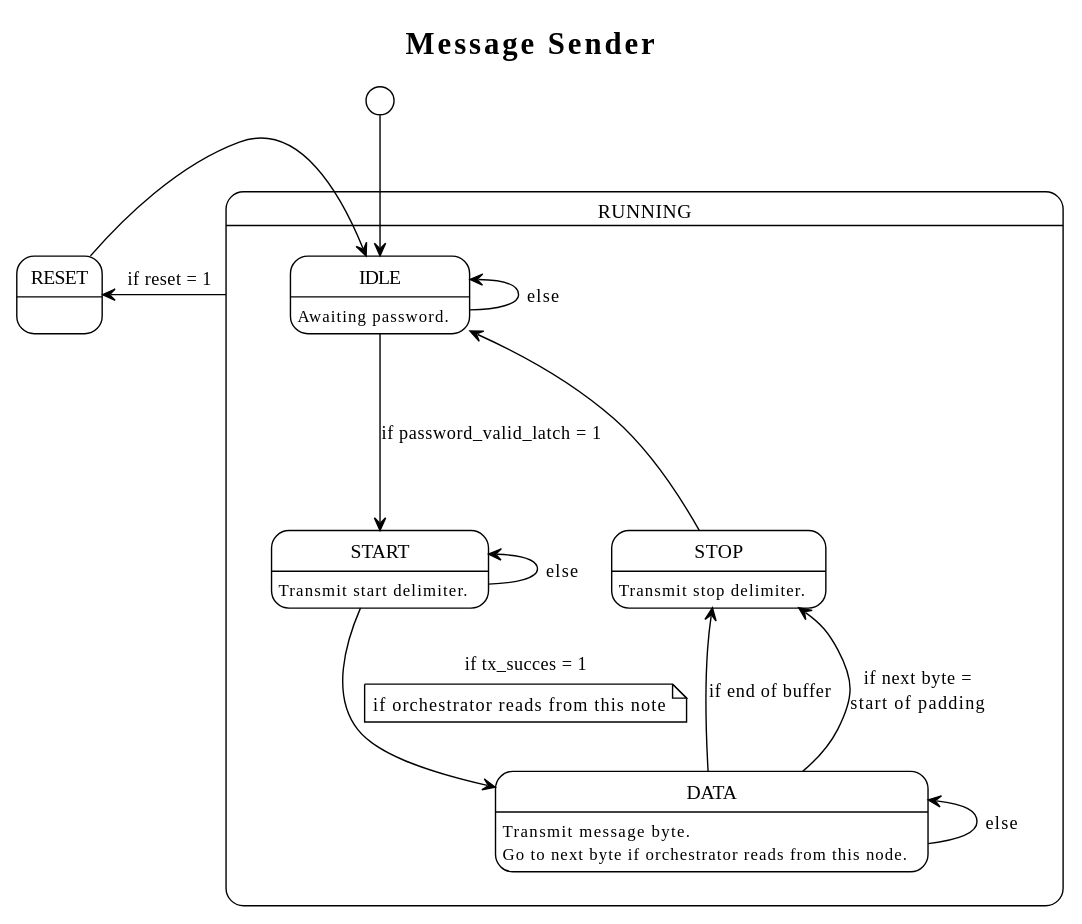
The PlantUML diagram figures/prototype/state_diagrams/msg_sender/msg_sender_state_diagram.svg in Niclasapdk/ESD3_project, before a commit.
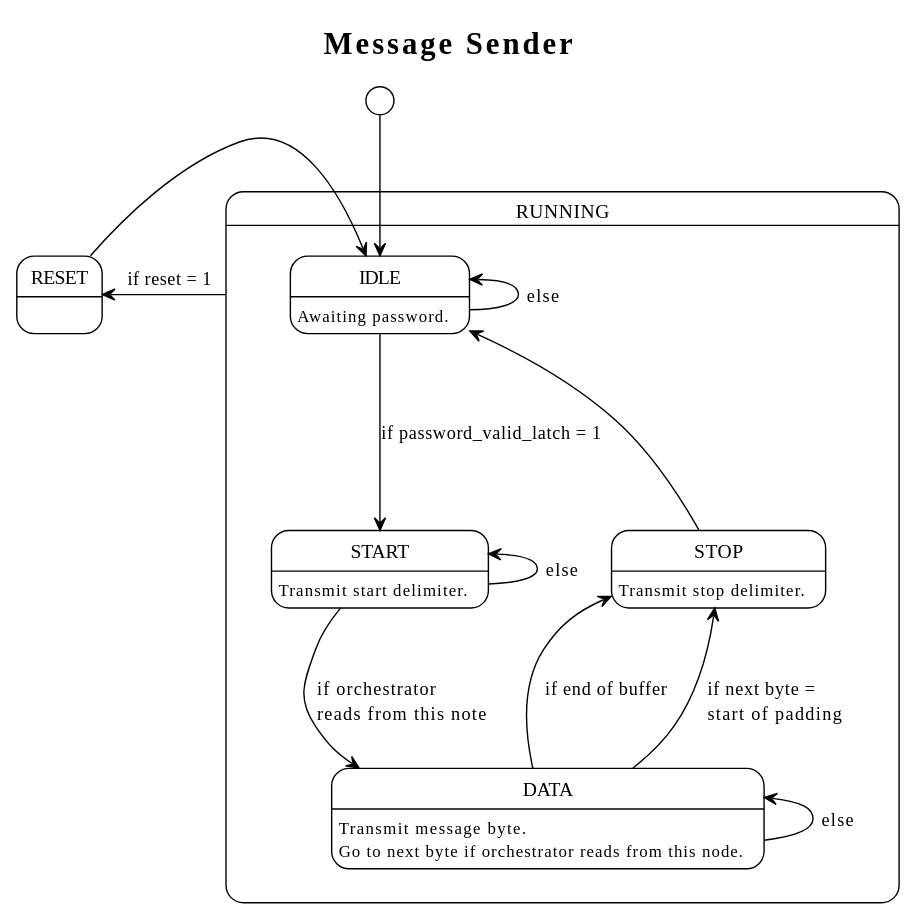
Later version of the same file.

The edit, as a diff of the source:
```diff
@@ -11,14 +11,11 @@
 DATA:Transmit message byte.\nGo to next byte if orchestrator reads from this node.
 STOP:Transmit stop delimiter.
   IDLE -l-> IDLE: else
-  IDLE ---> START:if password_valid_latch = 1
+  IDLE ---> START: if password_valid_latch = 1
   START <--- START : else
-  START --> DATA: if tx_succes = 1
-  note on link
-  if orchestrator reads from this note
-  end note
+  START --> DATA: \lif orchestrator\nreads from this note
   DATA -u-> STOP: if end of buffer
-  DATA -u-> STOP: if next byte =\nstart of padding
+  DATA -u-> STOP: \lif next byte =\nstart of padding
   DATA <-u- DATA: else
   STOP -u-> IDLE
 }
```
